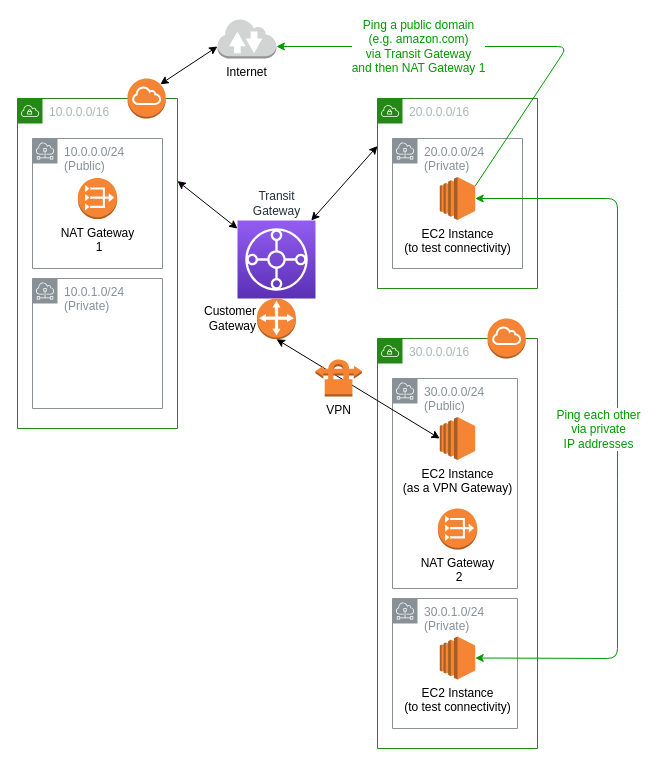
The draw.io diagram diagrams/TransitGateway.drawio in tchangkiat/aws-cdk-stacks, before the edit. Source tidied: cells renumbered, new cells numbered last; positions are measured from the earlier drawing's top-left corner, leaving out a move shared by most shapes. Both pictures are drawn from the tidied source at 100%, with x=0, y=0 at pixel (17, 18).
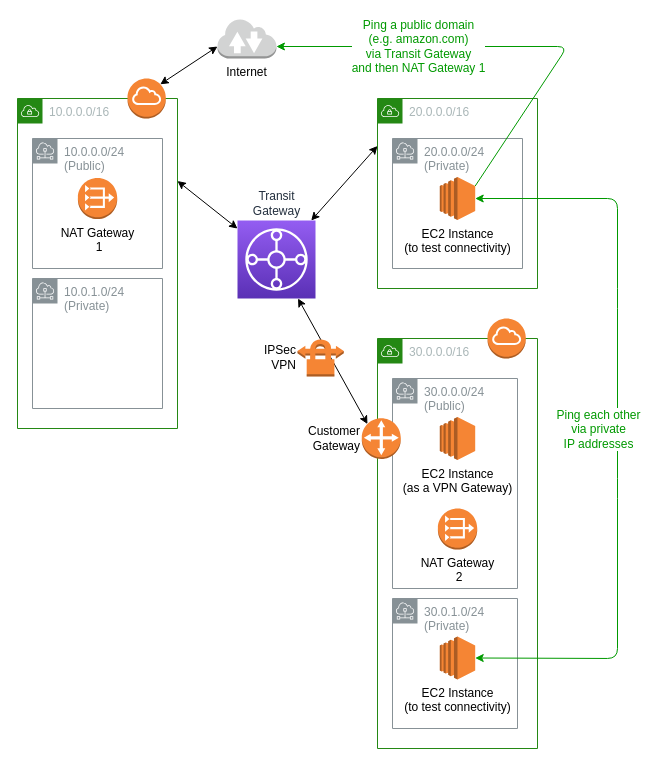
The same diagram, later.

Commit message (it also covers changes not shown here):
Updated Transit Gateway Diagram

The change refers to these unchanged cells:
```xml
<mxCell id="4" value="&lt;div&gt;Transit&lt;/div&gt;&lt;div&gt;Gateway&lt;/div&gt;" style="outlineConnect=0;fontColor=#232F3E;gradientColor=#945DF2;gradientDirection=north;fillColor=#5A30B5;strokeColor=#ffffff;dashed=0;verticalLabelPosition=top;verticalAlign=bottom;align=center;html=1;fontSize=12;fontStyle=0;shape=mxgraph.aws4.resourceIcon;resIcon=mxgraph.aws4.transit_gateway;labelPosition=center;" parent="1" vertex="1">
  <mxGeometry x="220" y="202" width="78" height="78" as="geometry" />
</mxCell>
<mxCell id="19" value="&lt;div&gt;EC2 Instance&lt;/div&gt;&lt;div&gt;(as a VPN Gateway)&lt;br&gt;&lt;/div&gt;" style="outlineConnect=0;dashed=0;verticalLabelPosition=bottom;verticalAlign=top;align=center;html=1;shape=mxgraph.aws3.ec2;fillColor=#F58534;gradientColor=none;" parent="1" vertex="1">
  <mxGeometry x="422.3" y="398.5" width="35.4" height="43" as="geometry" />
</mxCell>
```

Change to the diagram source:
```diff
@@
     <mxCell id="18" value="&lt;div&gt;Customer&lt;/div&gt;&lt;div&gt;Gateway&lt;br&gt;&lt;/div&gt;" style="outlineConnect=0;dashed=0;verticalLabelPosition=middle;verticalAlign=middle;align=right;html=1;shape=mxgraph.aws3.customer_gateway;fillColor=#F58534;gradientColor=none;labelPosition=left;" parent="1" vertex="1">
-      <mxGeometry x="239.5" y="280" width="39" height="40.7" as="geometry" />
+      <mxGeometry x="344.3" y="399.7" width="39" height="40.7" as="geometry" />
     </mxCell>
@@
-    <mxCell id="24" style="endArrow=classic;startArrow=classic;html=1;entryX=0;entryY=0.5;entryDx=0;entryDy=0;entryPerimeter=0;exitX=0.5;exitY=1;exitDx=0;exitDy=0;exitPerimeter=0;" parent="1" edge="1" source="18" target="19">
+    <mxCell id="24" style="endArrow=classic;startArrow=classic;html=1;entryX=0.145;entryY=0.145;entryDx=0;entryDy=0;entryPerimeter=0;" parent="1" edge="1" source="4" target="18">
       <mxGeometry relative="1" as="geometry" />
     </mxCell>
-    <mxCell id="25" value="VPN" style="dashed=0;verticalLabelPosition=bottom;verticalAlign=top;align=center;html=1;shape=mxgraph.aws3.vpn_connection;fillColor=#F58534;gradientColor=none;" parent="1" vertex="1">
-      <mxGeometry x="298" y="340" width="46.3" height="38" as="geometry" />
+    <mxCell id="25" value="&lt;div&gt;IPSec&lt;/div&gt;&lt;div&gt;VPN&lt;/div&gt;" style="dashed=0;verticalLabelPosition=middle;verticalAlign=middle;align=right;html=1;shape=mxgraph.aws3.vpn_connection;fillColor=#F58534;gradientColor=none;labelPosition=left;" parent="1" vertex="1">
+      <mxGeometry x="280" y="320" width="46.3" height="38" as="geometry" />
     </mxCell>
```
